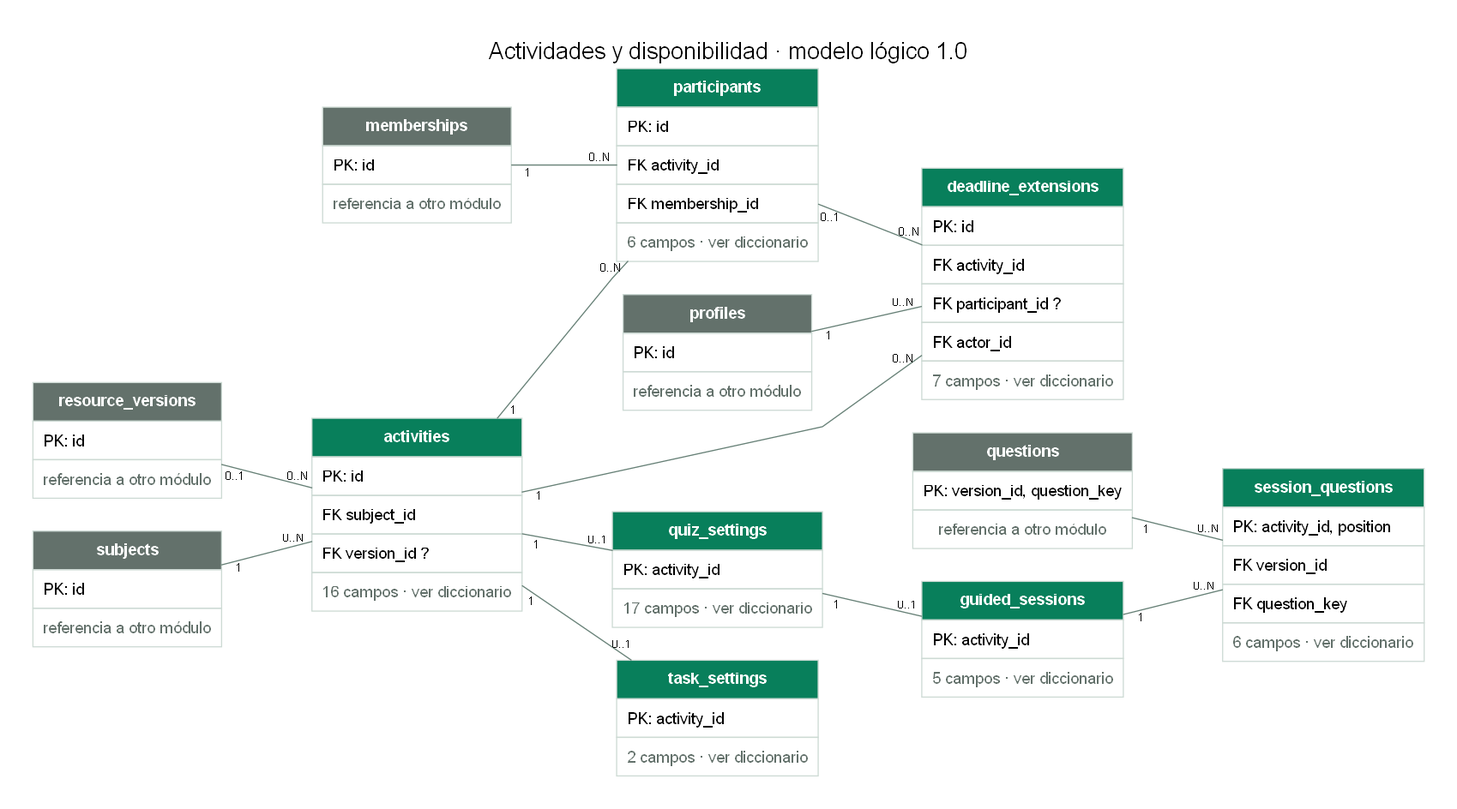
Above: docs/modelado/diagramas/03-actividades.png in CubeFreaKLab/aulify (Graphviz), before the change. Its source is kept beside it as docs/modelado/diagramas/03-actividades.dot. Its diagram source:
```dot
digraph modelo {
graph [rankdir=LR, bgcolor="#ffffff", pad=0.4, nodesep=0.4, ranksep=1.1, splines=polyline, fontname="Arial", fontsize=20, labelloc=t, label="Actividades y disponibilidad · modelo lógico 1.0"];
node [shape=plain, fontname="Arial"];
edge [fontname="Arial", fontsize=10, color="#668076", arrowsize=0.6];
"activities" [label=<<TABLE BORDER="0" CELLBORDER="1" CELLSPACING="0" CELLPADDING="8" COLOR="#CDDAD4"><TR><TD BGCOLOR="#087F5B"><FONT COLOR="white"><B>activities</B></FONT></TD></TR><TR><TD ALIGN="LEFT">PK: id</TD></TR><TR><TD ALIGN="LEFT">FK subject_id</TD></TR><TR><TD ALIGN="LEFT">FK version_id ?</TD></TR><TR><TD ALIGN="LEFT"><FONT COLOR="#63716B">16 campos · ver diccionario</FONT></TD></TR></TABLE>>];
"deadline_extensions" [label=<<TABLE BORDER="0" CELLBORDER="1" CELLSPACING="0" CELLPADDING="8" COLOR="#CDDAD4"><TR><TD BGCOLOR="#087F5B"><FONT COLOR="white"><B>deadline_extensions</B></FONT></TD></TR><TR><TD ALIGN="LEFT">PK: id</TD></TR><TR><TD ALIGN="LEFT">FK activity_id</TD></TR><TR><TD ALIGN="LEFT">FK participant_id ?</TD></TR><TR><TD ALIGN="LEFT">FK actor_id</TD></TR><TR><TD ALIGN="LEFT"><FONT COLOR="#63716B">7 campos · ver diccionario</FONT></TD></TR></TABLE>>];
"guided_sessions" [label=<<TABLE BORDER="0" CELLBORDER="1" CELLSPACING="0" CELLPADDING="8" COLOR="#CDDAD4"><TR><TD BGCOLOR="#087F5B"><FONT COLOR="white"><B>guided_sessions</B></FONT></TD></TR><TR><TD ALIGN="LEFT">PK: activity_id</TD></TR><TR><TD ALIGN="LEFT"><FONT COLOR="#63716B">5 campos · ver diccionario</FONT></TD></TR></TABLE>>];
"memberships" [label=<<TABLE BORDER="0" CELLBORDER="1" CELLSPACING="0" CELLPADDING="8" COLOR="#CDDAD4"><TR><TD BGCOLOR="#63716B"><FONT COLOR="white"><B>memberships</B></FONT></TD></TR><TR><TD ALIGN="LEFT">PK: id</TD></TR><TR><TD><FONT COLOR="#63716B">referencia a otro módulo</FONT></TD></TR></TABLE>>];
"participants" [label=<<TABLE BORDER="0" CELLBORDER="1" CELLSPACING="0" CELLPADDING="8" COLOR="#CDDAD4"><TR><TD BGCOLOR="#087F5B"><FONT COLOR="white"><B>participants</B></FONT></TD></TR><TR><TD ALIGN="LEFT">PK: id</TD></TR><TR><TD ALIGN="LEFT">FK activity_id</TD></TR><TR><TD ALIGN="LEFT">FK membership_id</TD></TR><TR><TD ALIGN="LEFT"><FONT COLOR="#63716B">6 campos · ver diccionario</FONT></TD></TR></TABLE>>];
"profiles" [label=<<TABLE BORDER="0" CELLBORDER="1" CELLSPACING="0" CELLPADDING="8" COLOR="#CDDAD4"><TR><TD BGCOLOR="#63716B"><FONT COLOR="white"><B>profiles</B></FONT></TD></TR><TR><TD ALIGN="LEFT">PK: id</TD></TR><TR><TD><FONT COLOR="#63716B">referencia a otro módulo</FONT></TD></TR></TABLE>>];
"questions" [label=<<TABLE BORDER="0" CELLBORDER="1" CELLSPACING="0" CELLPADDING="8" COLOR="#CDDAD4"><TR><TD BGCOLOR="#63716B"><FONT COLOR="white"><B>questions</B></FONT></TD></TR><TR><TD ALIGN="LEFT">PK: version_id, question_key</TD></TR><TR><TD><FONT COLOR="#63716B">referencia a otro módulo</FONT></TD></TR></TABLE>>];
"quiz_settings" [label=<<TABLE BORDER="0" CELLBORDER="1" CELLSPACING="0" CELLPADDING="8" COLOR="#CDDAD4"><TR><TD BGCOLOR="#087F5B"><FONT COLOR="white"><B>quiz_settings</B></FONT></TD></TR><TR><TD ALIGN="LEFT">PK: activity_id</TD></TR><TR><TD ALIGN="LEFT"><FONT COLOR="#63716B">17 campos · ver diccionario</FONT></TD></TR></TABLE>>];
"resource_versions" [label=<<TABLE BORDER="0" CELLBORDER="1" CELLSPACING="0" CELLPADDING="8" COLOR="#CDDAD4"><TR><TD BGCOLOR="#63716B"><FONT COLOR="white"><B>resource_versions</B></FONT></TD></TR><TR><TD ALIGN="LEFT">PK: id</TD></TR><TR><TD><FONT COLOR="#63716B">referencia a otro módulo</FONT></TD></TR></TABLE>>];
"session_questions" [label=<<TABLE BORDER="0" CELLBORDER="1" CELLSPACING="0" CELLPADDING="8" COLOR="#CDDAD4"><TR><TD BGCOLOR="#087F5B"><FONT COLOR="white"><B>session_questions</B></FONT></TD></TR><TR><TD ALIGN="LEFT">PK: activity_id, position</TD></TR><TR><TD ALIGN="LEFT">FK version_id</TD></TR><TR><TD ALIGN="LEFT">FK question_key</TD></TR><TR><TD ALIGN="LEFT"><FONT COLOR="#63716B">6 campos · ver diccionario</FONT></TD></TR></TABLE>>];
"subjects" [label=<<TABLE BORDER="0" CELLBORDER="1" CELLSPACING="0" CELLPADDING="8" COLOR="#CDDAD4"><TR><TD BGCOLOR="#63716B"><FONT COLOR="white"><B>subjects</B></FONT></TD></TR><TR><TD ALIGN="LEFT">PK: id</TD></TR><TR><TD><FONT COLOR="#63716B">referencia a otro módulo</FONT></TD></TR></TABLE>>];
"task_settings" [label=<<TABLE BORDER="0" CELLBORDER="1" CELLSPACING="0" CELLPADDING="8" COLOR="#CDDAD4"><TR><TD BGCOLOR="#087F5B"><FONT COLOR="white"><B>task_settings</B></FONT></TD></TR><TR><TD ALIGN="LEFT">PK: activity_id</TD></TR><TR><TD ALIGN="LEFT"><FONT COLOR="#63716B">2 campos · ver diccionario</FONT></TD></TR></TABLE>>];
"subjects" -> "activities" [dir=none, taillabel="1", headlabel="0..N", labeldistance=1.6];
"resource_versions" -> "activities" [dir=none, taillabel="0..1", headlabel="0..N", labeldistance=1.6];
"activities" -> "quiz_settings" [dir=none, taillabel="1", headlabel="0..1", labeldistance=1.6];
"activities" -> "task_settings" [dir=none, taillabel="1", headlabel="0..1", labeldistance=1.6];
"activities" -> "participants" [dir=none, taillabel="1", headlabel="0..N", labeldistance=1.6];
"memberships" -> "participants" [dir=none, taillabel="1", headlabel="0..N", labeldistance=1.6];
"activities" -> "deadline_extensions" [dir=none, taillabel="1", headlabel="0..N", labeldistance=1.6];
"participants" -> "deadline_extensions" [dir=none, taillabel="0..1", headlabel="0..N", labeldistance=1.6];
"profiles" -> "deadline_extensions" [dir=none, taillabel="1", headlabel="0..N", labeldistance=1.6];
"quiz_settings" -> "guided_sessions" [dir=none, taillabel="1", headlabel="0..1", labeldistance=1.6];
"guided_sessions" -> "session_questions" [dir=none, taillabel="1", headlabel="0..N", labeldistance=1.6];
"questions" -> "session_questions" [dir=none, taillabel="1", headlabel="0..N", labeldistance=1.6];
}
```
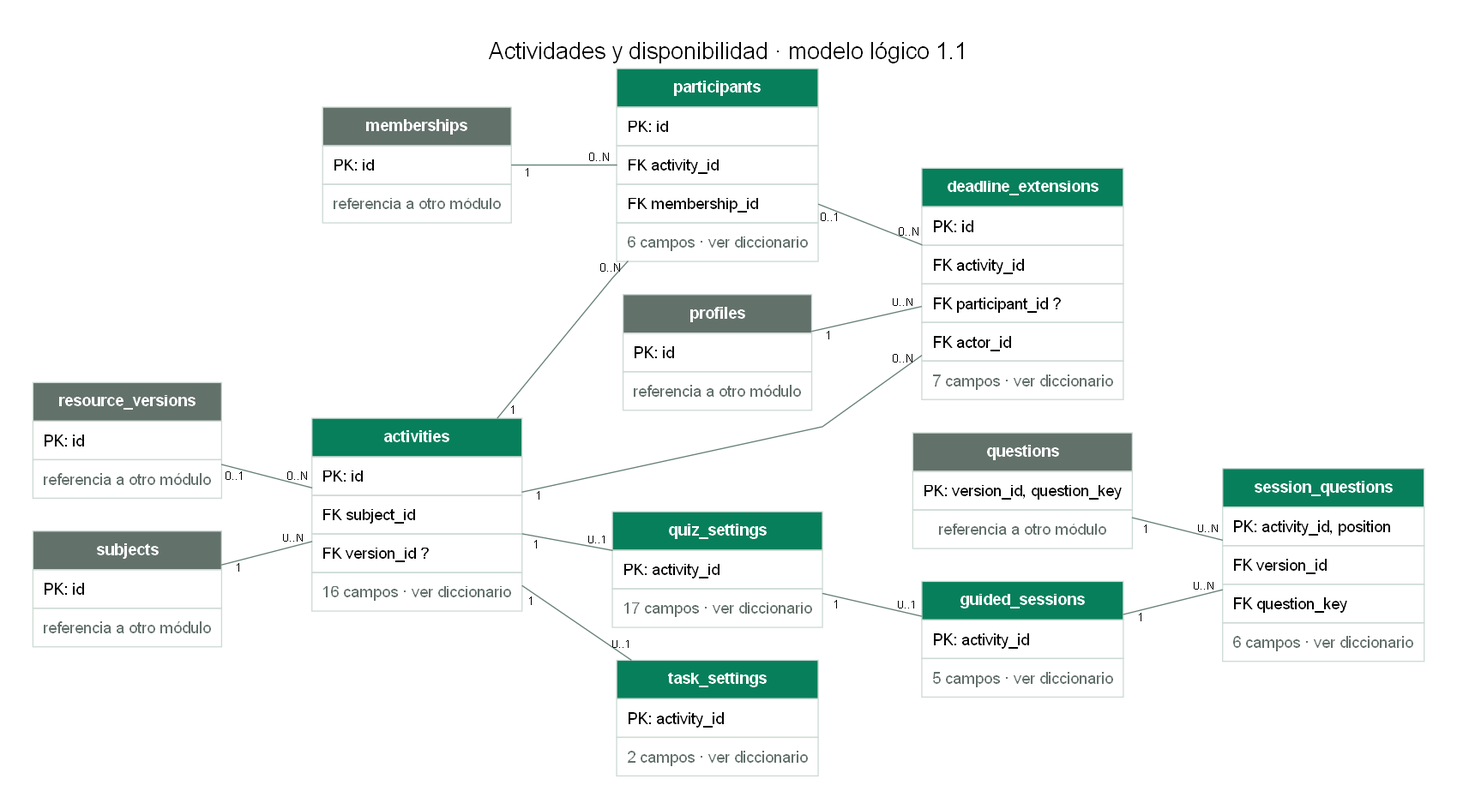
Above is the later version.

Diff of the diagram source:
```diff
@@ -1,5 +1,5 @@
 digraph modelo {
-graph [rankdir=LR, bgcolor="#ffffff", pad=0.4, nodesep=0.4, ranksep=1.1, splines=polyline, fontname="Arial", fontsize=20, labelloc=t, label="Actividades y disponibilidad · modelo lógico 1.0"];
+graph [rankdir=LR, bgcolor="#ffffff", pad=0.4, nodesep=0.4, ranksep=1.1, splines=polyline, fontname="Arial", fontsize=20, labelloc=t, label="Actividades y disponibilidad · modelo lógico 1.1"];
 node [shape=plain, fontname="Arial"];
 edge [fontname="Arial", fontsize=10, color="#668076", arrowsize=0.6];
 "activities" [label=<<TABLE BORDER="0" CELLBORDER="1" CELLSPACING="0" CELLPADDING="8" COLOR="#CDDAD4"><TR><TD BGCOLOR="#087F5B"><FONT COLOR="white"><B>activities</B></FONT></TD></TR><TR><TD ALIGN="LEFT">PK: id</TD></TR><TR><TD ALIGN="LEFT">FK subject_id</TD></TR><TR><TD ALIGN="LEFT">FK version_id ?</TD></TR><TR><TD ALIGN="LEFT"><FONT COLOR="#63716B">16 campos · ver diccionario</FONT></TD></TR></TABLE>>];
```
